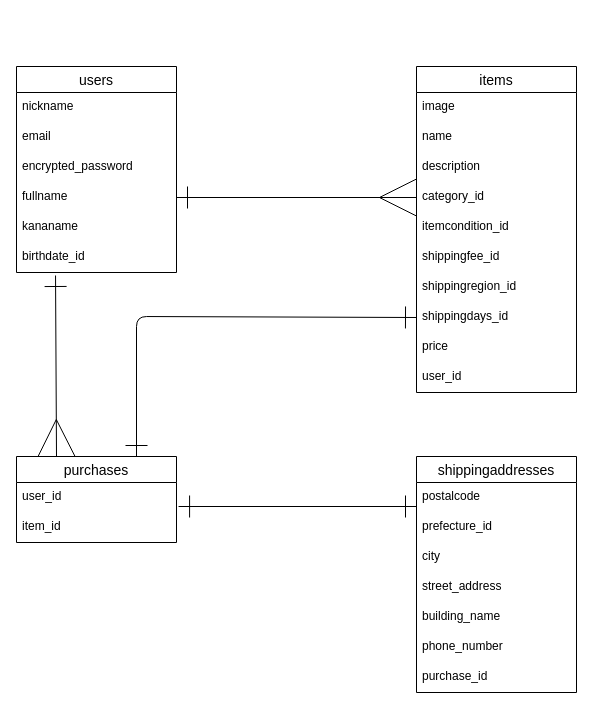
Earlier version of the draw.io diagram ER.dio (ino-aki/furima-40951). Source tidied: cells renumbered, new cells numbered last; positions are measured from the earlier drawing's top-left corner, leaving out a move shared by most shapes. Both pictures are drawn from the tidied source at 100%, with x=0, y=0 at pixel (16, 66).
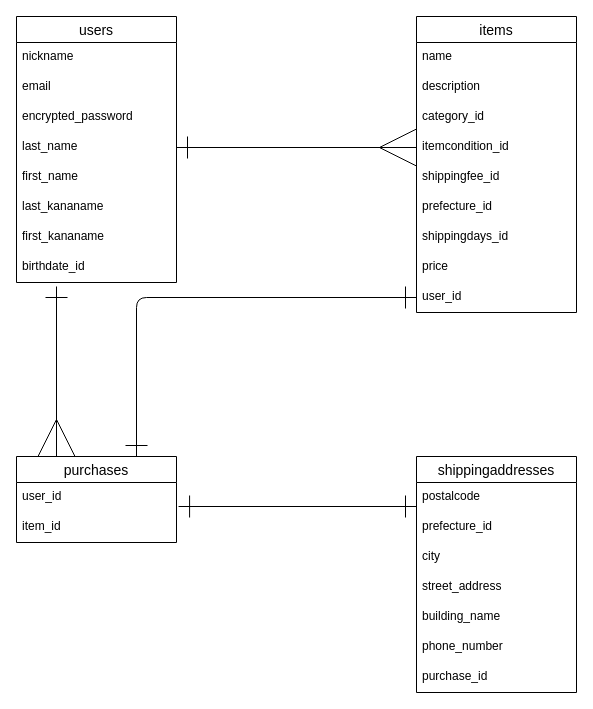
Above is the later version.

Commit message (it also covers changes not shown here):
データベース設計の修正

Unchanged cells that the change refers to:
```xml
<mxCell id="20" value="purchases" style="swimlane;fontStyle=0;horizontal=1;startSize=26;align=center;fontSize=14;" parent="1" vertex="1">
  <mxGeometry y="390" width="160" height="86" as="geometry" />
</mxCell>
```

Change to the diagram source:
```diff
@@
     <mxCell id="2" value="users" style="swimlane;fontStyle=0;horizontal=1;startSize=26;align=center;fontSize=14;" parent="1" vertex="1">
-      <mxGeometry width="160" height="206" as="geometry" />
+      <mxGeometry y="-50" width="160" height="266" as="geometry" />
     </mxCell>
@@
-    <mxCell id="6" value="fullname" style="text;strokeColor=none;fillColor=none;spacingLeft=4;spacingRight=4;overflow=hidden;points=[[0,0.5],[1,0.5]];portConstraint=eastwest;fontSize=12;" parent="2" vertex="1">
+    <mxCell id="6" value="last_name" style="text;strokeColor=none;fillColor=none;spacingLeft=4;spacingRight=4;overflow=hidden;points=[[0,0.5],[1,0.5]];portConstraint=eastwest;fontSize=12;" parent="2" vertex="1">
       <mxGeometry y="116" width="160" height="30" as="geometry" />
     </mxCell>
-    <mxCell id="7" value="kananame" style="text;strokeColor=none;fillColor=none;spacingLeft=4;spacingRight=4;overflow=hidden;fontSize=12;" parent="2" vertex="1">
+    <mxCell id="7" value="first_name" style="text;strokeColor=none;fillColor=none;spacingLeft=4;spacingRight=4;overflow=hidden;fontSize=12;" parent="2" vertex="1">
       <mxGeometry y="146" width="160" height="30" as="geometry" />
     </mxCell>
+    <mxCell id="35" value="last_kananame" style="text;strokeColor=none;fillColor=none;spacingLeft=4;spacingRight=4;overflow=hidden;fontSize=12;" parent="2" vertex="1">
+      <mxGeometry y="176" width="160" height="30" as="geometry" />
+    </mxCell>
+    <mxCell id="36" value="first_kananame" style="text;strokeColor=none;fillColor=none;spacingLeft=4;spacingRight=4;overflow=hidden;fontSize=12;" parent="2" vertex="1">
+      <mxGeometry y="206" width="160" height="30" as="geometry" />
+    </mxCell>
     <mxCell id="8" value="birthdate_id" style="text;strokeColor=none;fillColor=none;spacingLeft=4;spacingRight=4;overflow=hidden;points=[[0,0.5],[1,0.5]];portConstraint=eastwest;fontSize=12;" parent="2" vertex="1">
-      <mxGeometry y="176" width="160" height="30" as="geometry" />
+      <mxGeometry y="236" width="160" height="30" as="geometry" />
     </mxCell>
     <mxCell id="9" value="items" style="swimlane;fontStyle=0;horizontal=1;startSize=26;align=center;fontSize=14;" parent="1" vertex="1">
-      <mxGeometry x="400" width="160" height="326" as="geometry" />
+      <mxGeometry x="400" y="-50" width="160" height="296" as="geometry" />
     </mxCell>
-    <mxCell id="10" value="image" style="text;strokeColor=none;fillColor=none;spacingLeft=4;spacingRight=4;overflow=hidden;fontSize=12;" parent="9" vertex="1">
-      <mxGeometry y="26" width="160" height="30" as="geometry" />
-    </mxCell>
     <mxCell id="11" value="name" style="text;strokeColor=none;fillColor=none;spacingLeft=4;spacingRight=4;overflow=hidden;fontSize=12;" parent="9" vertex="1">
-      <mxGeometry y="56" width="160" height="30" as="geometry" />
+      <mxGeometry y="26" width="160" height="30" as="geometry" />
     </mxCell>
     <mxCell id="12" value="description" style="text;strokeColor=none;fillColor=none;spacingLeft=4;spacingRight=4;overflow=hidden;fontSize=12;" parent="9" vertex="1">
-      <mxGeometry y="86" width="160" height="30" as="geometry" />
+      <mxGeometry y="56" width="160" height="30" as="geometry" />
     </mxCell>
     <mxCell id="13" value="category_id" style="text;strokeColor=none;fillColor=none;spacingLeft=4;spacingRight=4;overflow=hidden;points=[[0,0.5],[1,0.5]];portConstraint=eastwest;fontSize=12;" parent="9" vertex="1">
-      <mxGeometry y="116" width="160" height="30" as="geometry" />
+      <mxGeometry y="86" width="160" height="30" as="geometry" />
     </mxCell>
     <mxCell id="14" value="itemcondition_id" style="text;strokeColor=none;fillColor=none;spacingLeft=4;spacingRight=4;overflow=hidden;points=[[0,0.5],[1,0.5]];portConstraint=eastwest;fontSize=12;" parent="9" vertex="1">
-      <mxGeometry y="146" width="160" height="30" as="geometry" />
+      <mxGeometry y="116" width="160" height="30" as="geometry" />
     </mxCell>
     <mxCell id="15" value="shippingfee_id" style="text;strokeColor=none;fillColor=none;spacingLeft=4;spacingRight=4;overflow=hidden;fontSize=12;" parent="9" vertex="1">
-      <mxGeometry y="176" width="160" height="30" as="geometry" />
+      <mxGeometry y="146" width="160" height="30" as="geometry" />
     </mxCell>
-    <mxCell id="16" value="shippingregion_id" style="text;strokeColor=none;fillColor=none;spacingLeft=4;spacingRight=4;overflow=hidden;fontSize=12;" parent="9" vertex="1">
-      <mxGeometry y="206" width="160" height="30" as="geometry" />
+    <mxCell id="16" value="prefecture_id" style="text;strokeColor=none;fillColor=none;spacingLeft=4;spacingRight=4;overflow=hidden;fontSize=12;" parent="9" vertex="1">
+      <mxGeometry y="176" width="160" height="30" as="geometry" />
     </mxCell>
     <mxCell id="17" value="shippingdays_id" style="text;strokeColor=none;fillColor=none;spacingLeft=4;spacingRight=4;overflow=hidden;points=[[0,0.5],[1,0.5]];portConstraint=eastwest;fontSize=12;" parent="9" vertex="1">
-      <mxGeometry y="236" width="160" height="30" as="geometry" />
+      <mxGeometry y="206" width="160" height="30" as="geometry" />
     </mxCell>
     <mxCell id="18" value="price      " style="text;strokeColor=none;fillColor=none;spacingLeft=4;spacingRight=4;overflow=hidden;fontSize=12;" parent="9" vertex="1">
-      <mxGeometry y="266" width="160" height="30" as="geometry" />
+      <mxGeometry y="236" width="160" height="30" as="geometry" />
     </mxCell>
     <mxCell id="19" value="user_id" style="text;strokeColor=none;fillColor=none;spacingLeft=4;spacingRight=4;overflow=hidden;points=[[0,0.5],[1,0.5]];portConstraint=eastwest;fontSize=12;" parent="9" vertex="1">
-      <mxGeometry y="296" width="160" height="30" as="geometry" />
+      <mxGeometry y="266" width="160" height="30" as="geometry" />
     </mxCell>
@@
-    <mxCell id="31" style="edgeStyle=none;html=1;exitX=1;exitY=0.5;exitDx=0;exitDy=0;entryX=0;entryY=0.5;entryDx=0;entryDy=0;targetPerimeterSpacing=0;endArrow=ERmany;endFill=0;startArrow=ERone;startFill=0;strokeWidth=1;endSize=35;startSize=20;" parent="1" edge="1" source="6" target="13">
+    <mxCell id="31" style="edgeStyle=none;html=1;exitX=1;exitY=0.5;exitDx=0;exitDy=0;targetPerimeterSpacing=0;endArrow=ERmany;endFill=0;startArrow=ERone;startFill=0;strokeWidth=1;endSize=35;startSize=20;entryX=0;entryY=0.5;entryDx=0;entryDy=0;" parent="1" edge="1" source="6" target="14">
       <mxGeometry relative="1" as="geometry" />
     </mxCell>
-    <mxCell id="32" style="edgeStyle=none;html=1;exitX=0.244;exitY=1.1;exitDx=0;exitDy=0;entryX=0.25;entryY=0;entryDx=0;entryDy=0;targetPerimeterSpacing=0;endArrow=ERmany;endFill=0;startArrow=ERone;startFill=0;strokeWidth=1;endSize=35;startSize=20;exitPerimeter=0;" parent="1" edge="1" source="8" target="20">
-      <mxGeometry relative="1" as="geometry" />
+    <mxCell id="32" style="edgeStyle=none;html=1;entryX=0.25;entryY=0;entryDx=0;entryDy=0;targetPerimeterSpacing=0;endArrow=ERmany;endFill=0;startArrow=ERone;startFill=0;strokeWidth=1;endSize=35;startSize=20;" parent="1" edge="1" target="20">
+      <mxGeometry relative="1" as="geometry">
+        <mxPoint x="40" y="220" as="sourcePoint" />
+      </mxGeometry>
     </mxCell>
-    <mxCell id="33" style="edgeStyle=none;html=1;exitX=0;exitY=0.5;exitDx=0;exitDy=0;entryX=0.75;entryY=0;entryDx=0;entryDy=0;strokeWidth=1;startArrow=ERone;startFill=0;endArrow=ERone;endFill=0;startSize=20;endSize=20;targetPerimeterSpacing=0;" parent="1" edge="1" source="17" target="20">
+    <mxCell id="33" style="edgeStyle=none;html=1;exitX=0;exitY=0.5;exitDx=0;exitDy=0;entryX=0.75;entryY=0;entryDx=0;entryDy=0;strokeWidth=1;startArrow=ERone;startFill=0;endArrow=ERone;endFill=0;startSize=20;endSize=20;targetPerimeterSpacing=0;" parent="1" edge="1" source="19" target="20">
       <mxGeometry relative="1" as="geometry">
         <Array as="points">
-          <mxPoint x="120" y="250" />
+          <mxPoint x="120" y="231" />
         </Array>
       </mxGeometry>
     </mxCell>
```
